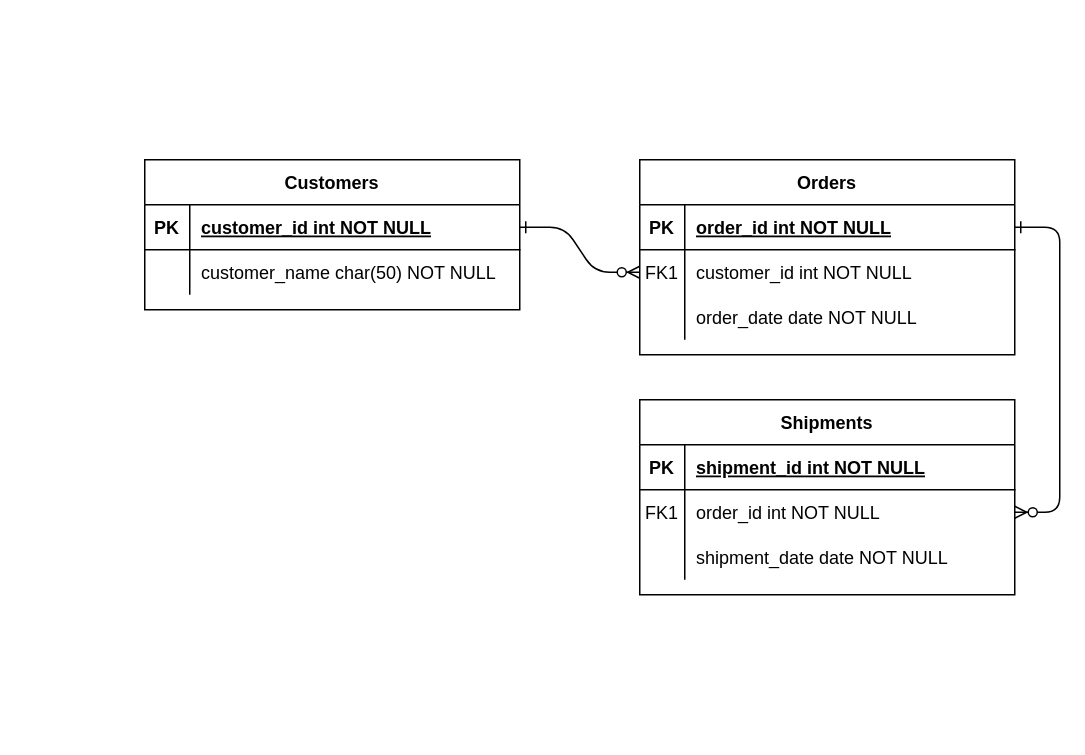
Earlier version of the draw.io diagram Diagrama sin título.drawio (yohana993/Actividad6). Source tidied: cells renumbered, new cells numbered last; positions are measured from the earlier drawing's top-left corner, leaving out a move shared by most shapes. Both pictures are drawn from the tidied source at 150%, with x=0, y=0 at pixel (144, 159).
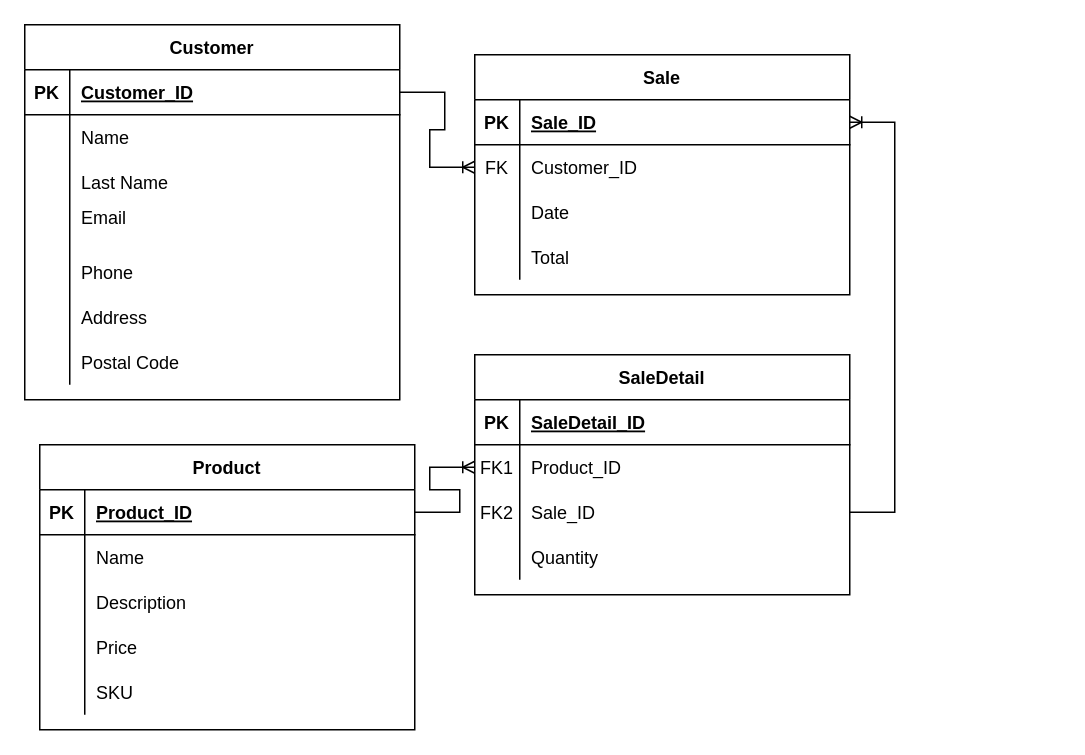
The same page after the edit.

The change refers to these unchanged cells:
```xml
<mxCell id="5" style="shape=partialRectangle;fillColor=none;points=[[0,0.5],[1,0.5]];portConstraint=eastwest;top=0;left=0;right=0;bottom=1;" parent="4" vertex="1">
  <mxGeometry y="30" width="250" height="30" as="geometry" />
</mxCell>
<mxCell id="8" style="shape=partialRectangle;fillColor=none;points=[[0,0.5],[1,0.5]];portConstraint=eastwest;top=0;left=0;right=0;bottom=0;" parent="4" vertex="1">
  <mxGeometry y="60" width="250" height="30" as="geometry" />
</mxCell>
<mxCell id="11" style="shape=partialRectangle;fillColor=none;top=0;left=0;right=0;bottom=0;" parent="4" vertex="1">
  <mxGeometry y="90" width="250" height="30" as="geometry" />
</mxCell>
<mxCell id="15" style="shape=partialRectangle;fillColor=none;points=[[0,0.5],[1,0.5]];portConstraint=eastwest;top=0;left=0;right=0;bottom=1;" parent="14" vertex="1">
  <mxGeometry y="30" width="250" height="30" as="geometry" />
</mxCell>
<mxCell id="18" style="shape=partialRectangle;fillColor=none;points=[[0,0.5],[1,0.5]];portConstraint=eastwest;top=0;left=0;right=0;bottom=0;" parent="14" vertex="1">
  <mxGeometry y="60" width="250" height="30" as="geometry" />
</mxCell>
<mxCell id="21" style="shape=partialRectangle;fillColor=none;top=0;left=0;right=0;bottom=0;" parent="14" vertex="1">
  <mxGeometry y="90" width="250" height="30" as="geometry" />
</mxCell>
<mxCell id="25" style="shape=partialRectangle;fillColor=none;points=[[0,0.5],[1,0.5]];portConstraint=eastwest;top=0;left=0;right=0;bottom=1;" parent="24" vertex="1">
  <mxGeometry y="30" width="250" height="30" as="geometry" />
</mxCell>
<mxCell id="28" style="shape=partialRectangle;fillColor=none;top=0;left=0;right=0;bottom=0;" parent="24" vertex="1">
  <mxGeometry y="60" width="250" height="30" as="geometry" />
</mxCell>
```

The edit, as a diff of the source:
```diff
@@
-    <mxCell id="2" style="edgeStyle=entityRelationEdgeStyle;endArrow=ERzeroToMany;startArrow=ERone;endFill=1;startFill=0;" parent="1" edge="1" source="25" target="8">
-      <mxGeometry relative="1" as="geometry" />
-    </mxCell>
-    <mxCell id="3" style="edgeStyle=entityRelationEdgeStyle;endArrow=ERzeroToMany;startArrow=ERone;endFill=1;startFill=0;" parent="1" edge="1" source="5" target="18">
-      <mxGeometry relative="1" as="geometry" />
-    </mxCell>
-    <mxCell id="4" value="Orders" style="shape=table;startSize=30;childLayout=tableLayout;rowLines=0;fontStyle=1;align=center;" parent="1" vertex="1">
-      <mxGeometry x="330" width="250" height="130" as="geometry" />
+    <mxCell id="4" value="Product" style="shape=table;startSize=30;childLayout=tableLayout;rowLines=0;fontStyle=1;align=center;" parent="1" vertex="1">
+      <mxGeometry x="-70" y="190" width="250" height="190" as="geometry" />
     </mxCell>
@@
-    <mxCell id="7" value="order_id int NOT NULL " style="shape=partialRectangle;overflow=hidden;fillColor=none;top=0;left=0;bottom=0;right=0;align=left;spacingLeft=6;fontStyle=5;" parent="5" vertex="1">
+    <mxCell id="7" value="Product_ID" style="shape=partialRectangle;overflow=hidden;fillColor=none;top=0;left=0;bottom=0;right=0;align=left;spacingLeft=6;fontStyle=5;" parent="5" vertex="1">
       <mxGeometry x="30" width="220" height="30" as="geometry" />
     </mxCell>
@@
-    <mxCell id="9" value="FK1" style="shape=partialRectangle;overflow=hidden;fillColor=none;top=0;left=0;bottom=0;right=0;" parent="8" vertex="1">
+    <mxCell id="9" style="shape=partialRectangle;overflow=hidden;fillColor=none;top=0;left=0;bottom=0;right=0;" parent="8" vertex="1">
       <mxGeometry width="30" height="30" as="geometry" />
     </mxCell>
-    <mxCell id="10" value="customer_id int NOT NULL" style="shape=partialRectangle;overflow=hidden;fillColor=none;top=0;left=0;bottom=0;right=0;align=left;spacingLeft=6;" parent="8" vertex="1">
+    <mxCell id="10" value="Name" style="shape=partialRectangle;overflow=hidden;fillColor=none;top=0;left=0;bottom=0;right=0;align=left;spacingLeft=6;" parent="8" vertex="1">
       <mxGeometry x="30" width="220" height="30" as="geometry" />
     </mxCell>
@@
-    <mxCell id="13" value="order_date date NOT NULL" style="shape=partialRectangle;overflow=hidden;fillColor=none;top=0;left=0;bottom=0;right=0;align=left;spacingLeft=6;" parent="11" vertex="1">
+    <mxCell id="13" value="Description" style="shape=partialRectangle;overflow=hidden;fillColor=none;top=0;left=0;bottom=0;right=0;align=left;spacingLeft=6;" parent="11" vertex="1">
       <mxGeometry x="30" width="220" height="30" as="geometry" />
     </mxCell>
+    <mxCell id="31" style="shape=partialRectangle;fillColor=none;top=0;left=0;right=0;bottom=0;" parent="4" vertex="1">
+      <mxGeometry y="120" width="250" height="30" as="geometry" />
+    </mxCell>
+    <mxCell id="32" style="shape=partialRectangle;overflow=hidden;fillColor=none;top=0;left=0;bottom=0;right=0;" parent="31" vertex="1">
+      <mxGeometry width="30" height="30" as="geometry" />
+    </mxCell>
+    <mxCell id="33" value="Price" style="shape=partialRectangle;overflow=hidden;fillColor=none;top=0;left=0;bottom=0;right=0;align=left;spacingLeft=6;" parent="31" vertex="1">
+      <mxGeometry x="30" width="220" height="30" as="geometry" />
+    </mxCell>
+    <mxCell id="34" style="shape=partialRectangle;fillColor=none;top=0;left=0;right=0;bottom=0;" parent="4" vertex="1">
+      <mxGeometry y="150" width="250" height="30" as="geometry" />
+    </mxCell>
+    <mxCell id="35" style="shape=partialRectangle;overflow=hidden;fillColor=none;top=0;left=0;bottom=0;right=0;" parent="34" vertex="1">
+      <mxGeometry width="30" height="30" as="geometry" />
+    </mxCell>
+    <mxCell id="36" value="SKU" style="shape=partialRectangle;overflow=hidden;fillColor=none;top=0;left=0;bottom=0;right=0;align=left;spacingLeft=6;" parent="34" vertex="1">
+      <mxGeometry x="30" width="220" height="30" as="geometry" />
+    </mxCell>
-    <mxCell id="14" value="Shipments" style="shape=table;startSize=30;childLayout=tableLayout;rowLines=0;fontStyle=1;align=center;" parent="1" vertex="1">
-      <mxGeometry x="330" y="160" width="250" height="130" as="geometry" />
+    <mxCell id="14" value="Sale" style="shape=table;startSize=30;childLayout=tableLayout;rowLines=0;fontStyle=1;align=center;" parent="1" vertex="1">
+      <mxGeometry x="220" y="-70" width="250" height="160" as="geometry" />
     </mxCell>
@@
-    <mxCell id="17" value="shipment_id int NOT NULL " style="shape=partialRectangle;overflow=hidden;fillColor=none;top=0;left=0;bottom=0;right=0;align=left;spacingLeft=6;fontStyle=5;" parent="15" vertex="1">
+    <mxCell id="17" value="Sale_ID" style="shape=partialRectangle;overflow=hidden;fillColor=none;top=0;left=0;bottom=0;right=0;align=left;spacingLeft=6;fontStyle=5;" parent="15" vertex="1">
       <mxGeometry x="30" width="220" height="30" as="geometry" />
     </mxCell>
@@
-    <mxCell id="19" value="FK1" style="shape=partialRectangle;overflow=hidden;fillColor=none;top=0;left=0;bottom=0;right=0;" parent="18" vertex="1">
+    <mxCell id="19" value="FK" style="shape=partialRectangle;overflow=hidden;fillColor=none;top=0;left=0;bottom=0;right=0;" parent="18" vertex="1">
       <mxGeometry width="30" height="30" as="geometry" />
     </mxCell>
-    <mxCell id="20" value="order_id int NOT NULL" style="shape=partialRectangle;overflow=hidden;fillColor=none;top=0;left=0;bottom=0;right=0;align=left;spacingLeft=6;" parent="18" vertex="1">
+    <mxCell id="20" value="Customer_ID" style="shape=partialRectangle;overflow=hidden;fillColor=none;top=0;left=0;bottom=0;right=0;align=left;spacingLeft=6;" parent="18" vertex="1">
       <mxGeometry x="30" width="220" height="30" as="geometry" />
     </mxCell>
@@
-    <mxCell id="23" value="shipment_date date NOT NULL" style="shape=partialRectangle;overflow=hidden;fillColor=none;top=0;left=0;bottom=0;right=0;align=left;spacingLeft=6;" parent="21" vertex="1">
+    <mxCell id="23" value="Date" style="shape=partialRectangle;overflow=hidden;fillColor=none;top=0;left=0;bottom=0;right=0;align=left;spacingLeft=6;" parent="21" vertex="1">
       <mxGeometry x="30" width="220" height="30" as="geometry" />
     </mxCell>
+    <mxCell id="37" style="shape=partialRectangle;fillColor=none;top=0;left=0;right=0;bottom=0;" parent="14" vertex="1">
+      <mxGeometry y="120" width="250" height="30" as="geometry" />
+    </mxCell>
+    <mxCell id="38" style="shape=partialRectangle;overflow=hidden;fillColor=none;top=0;left=0;bottom=0;right=0;" parent="37" vertex="1">
+      <mxGeometry width="30" height="30" as="geometry" />
+    </mxCell>
+    <mxCell id="39" value="Total" style="shape=partialRectangle;overflow=hidden;fillColor=none;top=0;left=0;bottom=0;right=0;align=left;spacingLeft=6;" parent="37" vertex="1">
+      <mxGeometry x="30" width="220" height="30" as="geometry" />
+    </mxCell>
-    <mxCell id="24" value="Customers" style="shape=table;startSize=30;childLayout=tableLayout;rowLines=0;fontStyle=1;align=center;" parent="1" vertex="1">
-      <mxGeometry width="250" height="100" as="geometry" />
+    <mxCell id="24" value="Customer" style="shape=table;startSize=30;childLayout=tableLayout;rowLines=0;fontStyle=1;align=center;" parent="1" vertex="1">
+      <mxGeometry x="-80" y="-90" width="250" height="250" as="geometry" />
     </mxCell>
@@
-    <mxCell id="27" value="customer_id int NOT NULL " style="shape=partialRectangle;overflow=hidden;fillColor=none;top=0;left=0;bottom=0;right=0;align=left;spacingLeft=6;fontStyle=5;" parent="25" vertex="1">
+    <mxCell id="27" value="Customer_ID" style="shape=partialRectangle;overflow=hidden;fillColor=none;top=0;left=0;bottom=0;right=0;align=left;spacingLeft=6;fontStyle=5;" parent="25" vertex="1">
       <mxGeometry x="30" width="220" height="30" as="geometry" />
     </mxCell>
@@
-    <mxCell id="30" value="customer_name char(50) NOT NULL" style="shape=partialRectangle;overflow=hidden;fillColor=none;top=0;left=0;bottom=0;right=0;align=left;spacingLeft=6;" parent="28" vertex="1">
+    <mxCell id="30" value="Name" style="shape=partialRectangle;overflow=hidden;fillColor=none;top=0;left=0;bottom=0;right=0;align=left;spacingLeft=6;" parent="28" vertex="1">
       <mxGeometry x="30" width="220" height="30" as="geometry" />
     </mxCell>
+    <mxCell id="40" style="shape=partialRectangle;fillColor=none;top=0;left=0;right=0;bottom=0;" parent="24" vertex="1">
+      <mxGeometry y="90" width="250" height="30" as="geometry" />
+    </mxCell>
+    <mxCell id="41" style="shape=partialRectangle;overflow=hidden;fillColor=none;top=0;left=0;bottom=0;right=0;" parent="40" vertex="1">
+      <mxGeometry width="30" height="30" as="geometry" />
+    </mxCell>
+    <mxCell id="42" value=" Last Name" style="shape=partialRectangle;overflow=hidden;fillColor=none;top=0;left=0;bottom=0;right=0;align=left;spacingLeft=6;" parent="40" vertex="1">
+      <mxGeometry x="30" width="220" height="30" as="geometry" />
+    </mxCell>
+    <mxCell id="43" style="shape=partialRectangle;fillColor=none;top=0;left=0;right=0;bottom=0;" parent="24" vertex="1">
+      <mxGeometry y="120" width="250" height="30" as="geometry" />
+    </mxCell>
+    <mxCell id="44" style="shape=partialRectangle;overflow=hidden;fillColor=none;top=0;left=0;bottom=0;right=0;" parent="43" vertex="1">
+      <mxGeometry width="30" height="30" as="geometry" />
+    </mxCell>
+    <mxCell id="45" value="Email &#10;" style="shape=partialRectangle;overflow=hidden;fillColor=none;top=0;left=0;bottom=0;right=0;align=left;spacingLeft=6;" parent="43" vertex="1">
+      <mxGeometry x="30" width="220" height="30" as="geometry" />
+    </mxCell>
+    <mxCell id="46" style="shape=partialRectangle;fillColor=none;top=0;left=0;right=0;bottom=0;" parent="24" vertex="1">
+      <mxGeometry y="150" width="250" height="30" as="geometry" />
+    </mxCell>
+    <mxCell id="47" style="shape=partialRectangle;overflow=hidden;fillColor=none;top=0;left=0;bottom=0;right=0;" parent="46" vertex="1">
+      <mxGeometry width="30" height="30" as="geometry" />
+    </mxCell>
+    <mxCell id="48" value="Phone" style="shape=partialRectangle;overflow=hidden;fillColor=none;top=0;left=0;bottom=0;right=0;align=left;spacingLeft=6;" parent="46" vertex="1">
+      <mxGeometry x="30" width="220" height="30" as="geometry" />
+    </mxCell>
+    <mxCell id="49" style="shape=partialRectangle;fillColor=none;top=0;left=0;right=0;bottom=0;" parent="24" vertex="1">
+      <mxGeometry y="180" width="250" height="30" as="geometry" />
+    </mxCell>
+    <mxCell id="50" style="shape=partialRectangle;overflow=hidden;fillColor=none;top=0;left=0;bottom=0;right=0;" parent="49" vertex="1">
+      <mxGeometry width="30" height="30" as="geometry" />
+    </mxCell>
+    <mxCell id="51" value="Address" style="shape=partialRectangle;overflow=hidden;fillColor=none;top=0;left=0;bottom=0;right=0;align=left;spacingLeft=6;" parent="49" vertex="1">
+      <mxGeometry x="30" width="220" height="30" as="geometry" />
+    </mxCell>
+    <mxCell id="52" style="shape=partialRectangle;fillColor=none;top=0;left=0;right=0;bottom=0;" parent="24" vertex="1">
+      <mxGeometry y="210" width="250" height="30" as="geometry" />
+    </mxCell>
+    <mxCell id="53" style="shape=partialRectangle;overflow=hidden;fillColor=none;top=0;left=0;bottom=0;right=0;" parent="52" vertex="1">
+      <mxGeometry width="30" height="30" as="geometry" />
+    </mxCell>
+    <mxCell id="54" value="Postal Code" style="shape=partialRectangle;overflow=hidden;fillColor=none;top=0;left=0;bottom=0;right=0;align=left;spacingLeft=6;" parent="52" vertex="1">
+      <mxGeometry x="30" width="220" height="30" as="geometry" />
+    </mxCell>
+    <mxCell id="55" value="SaleDetail" style="shape=table;startSize=30;childLayout=tableLayout;rowLines=0;fontStyle=1;align=center;" parent="1" vertex="1">
+      <mxGeometry x="220" y="130" width="250" height="160" as="geometry" />
+    </mxCell>
+    <mxCell id="56" style="shape=partialRectangle;fillColor=none;top=0;left=0;right=0;bottom=1;" parent="55" vertex="1">
+      <mxGeometry y="30" width="250" height="30" as="geometry" />
+    </mxCell>
+    <mxCell id="57" value="PK" style="shape=partialRectangle;overflow=hidden;fillColor=none;top=0;left=0;bottom=0;right=0;fontStyle=1;" parent="56" vertex="1">
+      <mxGeometry width="30" height="30" as="geometry" />
+    </mxCell>
+    <mxCell id="58" value="SaleDetail_ID" style="shape=partialRectangle;overflow=hidden;fillColor=none;top=0;left=0;bottom=0;right=0;align=left;spacingLeft=6;fontStyle=5;" parent="56" vertex="1">
+      <mxGeometry x="30" width="220" height="30" as="geometry" />
+    </mxCell>
+    <mxCell id="59" style="shape=partialRectangle;fillColor=none;points=[[0,0.5],[1,0.5]];portConstraint=eastwest;top=0;left=0;right=0;bottom=0;" parent="55" vertex="1">
+      <mxGeometry y="60" width="250" height="30" as="geometry" />
+    </mxCell>
+    <mxCell id="60" value="FK1" style="shape=partialRectangle;overflow=hidden;fillColor=none;top=0;left=0;bottom=0;right=0;" parent="59" vertex="1">
+      <mxGeometry width="30" height="30" as="geometry" />
+    </mxCell>
+    <mxCell id="61" value="Product_ID" style="shape=partialRectangle;overflow=hidden;fillColor=none;top=0;left=0;bottom=0;right=0;align=left;spacingLeft=6;" parent="59" vertex="1">
+      <mxGeometry x="30" width="220" height="30" as="geometry" />
+    </mxCell>
+    <mxCell id="62" style="shape=partialRectangle;fillColor=none;points=[[0,0.5],[1,0.5]];portConstraint=eastwest;top=0;left=0;right=0;bottom=0;" parent="55" vertex="1">
+      <mxGeometry y="90" width="250" height="30" as="geometry" />
+    </mxCell>
+    <mxCell id="63" value="FK2" style="shape=partialRectangle;overflow=hidden;fillColor=none;top=0;left=0;bottom=0;right=0;" parent="62" vertex="1">
+      <mxGeometry width="30" height="30" as="geometry" />
+    </mxCell>
+    <mxCell id="64" value="Sale_ID" style="shape=partialRectangle;overflow=hidden;fillColor=none;top=0;left=0;bottom=0;right=0;align=left;spacingLeft=6;" parent="62" vertex="1">
+      <mxGeometry x="30" width="220" height="30" as="geometry" />
+    </mxCell>
+    <mxCell id="65" style="shape=partialRectangle;fillColor=none;top=0;left=0;right=0;bottom=0;" parent="55" vertex="1">
+      <mxGeometry y="120" width="250" height="30" as="geometry" />
+    </mxCell>
+    <mxCell id="66" style="shape=partialRectangle;overflow=hidden;fillColor=none;top=0;left=0;bottom=0;right=0;" parent="65" vertex="1">
+      <mxGeometry width="30" height="30" as="geometry" />
+    </mxCell>
+    <mxCell id="67" value="Quantity" style="shape=partialRectangle;overflow=hidden;fillColor=none;top=0;left=0;bottom=0;right=0;align=left;spacingLeft=6;" parent="65" vertex="1">
+      <mxGeometry x="30" width="220" height="30" as="geometry" />
+    </mxCell>
+    <mxCell id="68" style="edgeStyle=entityRelationEdgeStyle;fontSize=12;html=1;endArrow=ERoneToMany;rounded=0;exitX=1;exitY=0.5;exitDx=0;exitDy=0;entryX=0;entryY=0.5;entryDx=0;entryDy=0;" parent="1" edge="1" source="25" target="18">
+      <mxGeometry relative="1" as="geometry" />
+    </mxCell>
+    <mxCell id="69" style="edgeStyle=entityRelationEdgeStyle;fontSize=12;html=1;endArrow=ERoneToMany;rounded=0;entryX=1;entryY=0.5;entryDx=0;entryDy=0;exitX=1;exitY=0.5;exitDx=0;exitDy=0;" parent="1" edge="1" source="62" target="15">
+      <mxGeometry relative="1" as="geometry" />
+    </mxCell>
+    <mxCell id="70" style="edgeStyle=entityRelationEdgeStyle;fontSize=12;html=1;endArrow=ERoneToMany;rounded=0;entryX=0;entryY=0.5;entryDx=0;entryDy=0;exitX=1;exitY=0.5;exitDx=0;exitDy=0;" parent="1" edge="1" source="5" target="59">
+      <mxGeometry relative="1" as="geometry" />
+    </mxCell>
```
